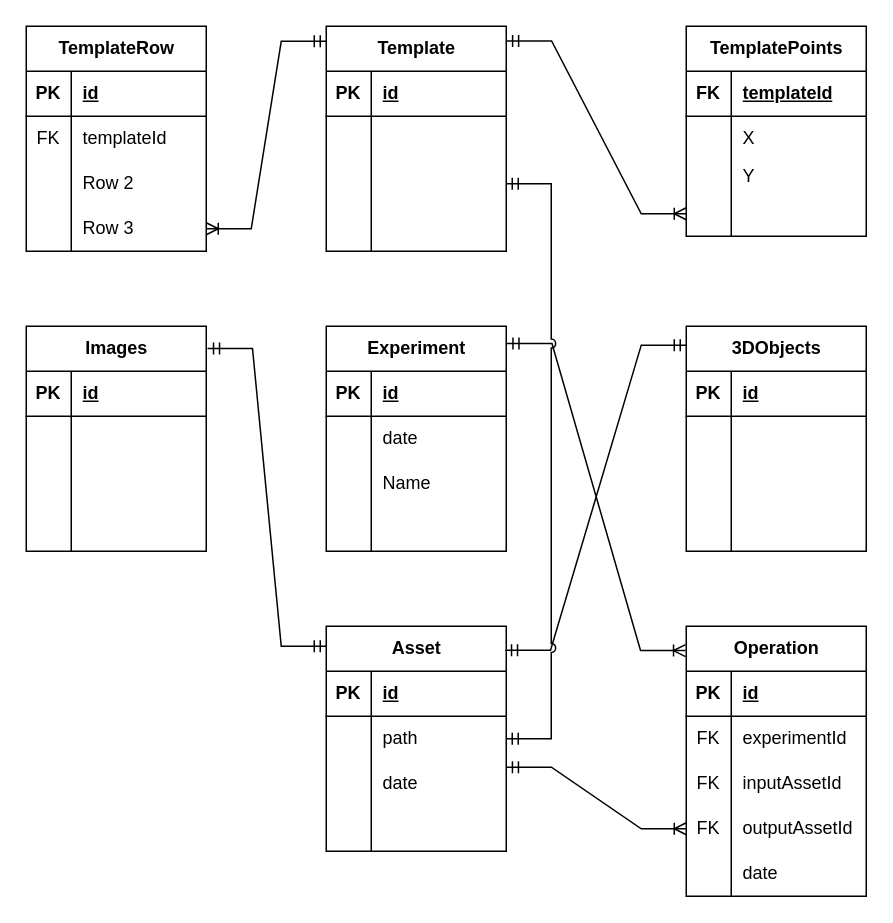
Before: page "ERD" (11 of 11) of Docs/Diagrams.drawio.xml in okashaluai/Fingerprint-Biometric-Research-Tool, a draw.io diagram. Source tidied: cells renumbered, new cells numbered last; positions are measured from the earlier drawing's top-left corner, leaving out a move shared by most shapes. Both pictures are drawn from the tidied source at 150%, with x=0, y=0 at pixel (26, 26).
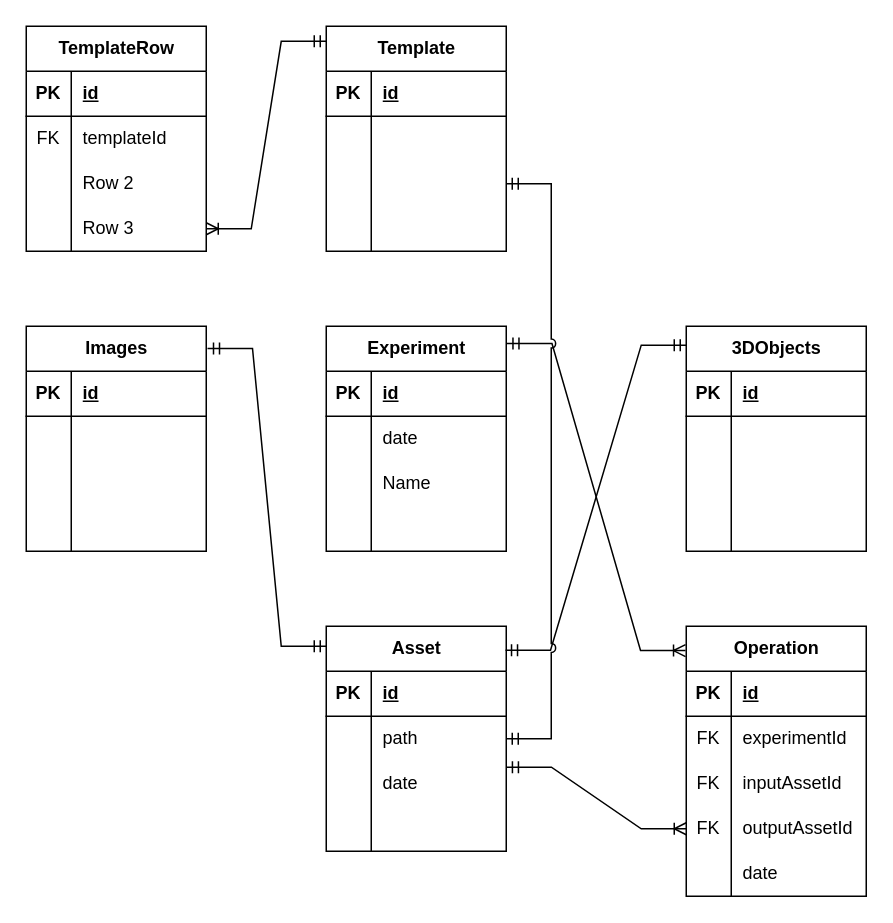
Above is the later version.

Unchanged cells that the change refers to:
```xml
<mxCell id="15" value="Template" style="shape=table;startSize=30;childLayout=tableLayout;rowLines=0;fontStyle=1;align=center;html=1;" parent="1" vertex="1">
  <mxGeometry x="200" width="120" height="150" as="geometry" />
</mxCell>
```

Diff of the diagram source:
```diff
@@
-    <mxCell id="28" value="TemplatePoints" style="shape=table;startSize=30;childLayout=tableLayout;rowLines=0;fontStyle=1;align=center;html=1;" parent="1" vertex="1">
-      <mxGeometry x="440" width="120" height="140" as="geometry" />
-    </mxCell>
-    <mxCell id="29" style="shape=tableRow;horizontal=0;startSize=0;swimlaneHead=0;swimlaneBody=0;fillColor=none;top=0;left=0;right=0;bottom=1;" parent="28" vertex="1">
-      <mxGeometry y="30" width="120" height="30" as="geometry" />
-    </mxCell>
-    <mxCell id="30" value="FK" style="shape=partialRectangle;fillColor=none;top=0;left=0;bottom=0;right=0;fontStyle=1;overflow=hidden;whiteSpace=wrap;html=1;" parent="29" vertex="1">
-      <mxGeometry width="30" height="30" as="geometry" />
-    </mxCell>
-    <mxCell id="31" value="templateId" style="shape=partialRectangle;fillColor=none;top=0;left=0;bottom=0;right=0;align=left;spacingLeft=6;fontStyle=5;overflow=hidden;whiteSpace=wrap;html=1;" parent="29" vertex="1">
-      <mxGeometry x="30" width="90" height="30" as="geometry" />
-    </mxCell>
-    <mxCell id="32" style="shape=tableRow;horizontal=0;startSize=0;swimlaneHead=0;swimlaneBody=0;fillColor=none;top=0;left=0;right=0;bottom=0;" parent="28" vertex="1">
-      <mxGeometry y="60" width="120" height="30" as="geometry" />
-    </mxCell>
-    <mxCell id="33" style="shape=partialRectangle;fillColor=none;top=0;left=0;bottom=0;right=0;overflow=hidden;whiteSpace=wrap;html=1;" parent="32" vertex="1">
-      <mxGeometry width="30" height="30" as="geometry" />
-    </mxCell>
-    <mxCell id="34" value="X" style="shape=partialRectangle;fillColor=none;top=0;left=0;bottom=0;right=0;align=left;spacingLeft=6;overflow=hidden;whiteSpace=wrap;html=1;" parent="32" vertex="1">
-      <mxGeometry x="30" width="90" height="30" as="geometry" />
-    </mxCell>
-    <mxCell id="35" style="shape=tableRow;horizontal=0;startSize=0;swimlaneHead=0;swimlaneBody=0;fillColor=none;top=0;left=0;right=0;bottom=0;" parent="28" vertex="1">
-      <mxGeometry y="90" width="120" height="20" as="geometry" />
-    </mxCell>
-    <mxCell id="36" style="shape=partialRectangle;fillColor=none;top=0;left=0;bottom=0;right=0;overflow=hidden;whiteSpace=wrap;html=1;" parent="35" vertex="1">
-      <mxGeometry width="30" height="20" as="geometry" />
-    </mxCell>
-    <mxCell id="37" value="Y" style="shape=partialRectangle;fillColor=none;top=0;left=0;bottom=0;right=0;align=left;spacingLeft=6;overflow=hidden;whiteSpace=wrap;html=1;" parent="35" vertex="1">
-      <mxGeometry x="30" width="90" height="20" as="geometry" />
-    </mxCell>
-    <mxCell id="38" style="shape=tableRow;horizontal=0;startSize=0;swimlaneHead=0;swimlaneBody=0;fillColor=none;points=[[0,0.5],[1,0.5]];portConstraint=eastwest;top=0;left=0;right=0;bottom=0;" parent="28" vertex="1">
-      <mxGeometry y="110" width="120" height="30" as="geometry" />
-    </mxCell>
-    <mxCell id="39" style="shape=partialRectangle;fillColor=none;top=0;left=0;bottom=0;right=0;overflow=hidden;whiteSpace=wrap;html=1;" parent="38" vertex="1">
-      <mxGeometry width="30" height="30" as="geometry" />
-    </mxCell>
-    <mxCell id="40" style="shape=partialRectangle;fillColor=none;top=0;left=0;bottom=0;right=0;align=left;spacingLeft=6;overflow=hidden;whiteSpace=wrap;html=1;" parent="38" vertex="1">
-      <mxGeometry x="30" width="90" height="30" as="geometry" />
-    </mxCell>
@@
-    <mxCell id="98" style="edgeStyle=entityRelationEdgeStyle;fontSize=12;html=1;endArrow=ERoneToMany;startArrow=ERmandOne;rounded=0;exitX=1.002;exitY=0.065;exitDx=0;exitDy=0;exitPerimeter=0;entryX=0;entryY=0.5;entryDx=0;entryDy=0;" parent="1" edge="1" source="15" target="38">
-      <mxGeometry relative="1" as="geometry" />
-    </mxCell>
```
